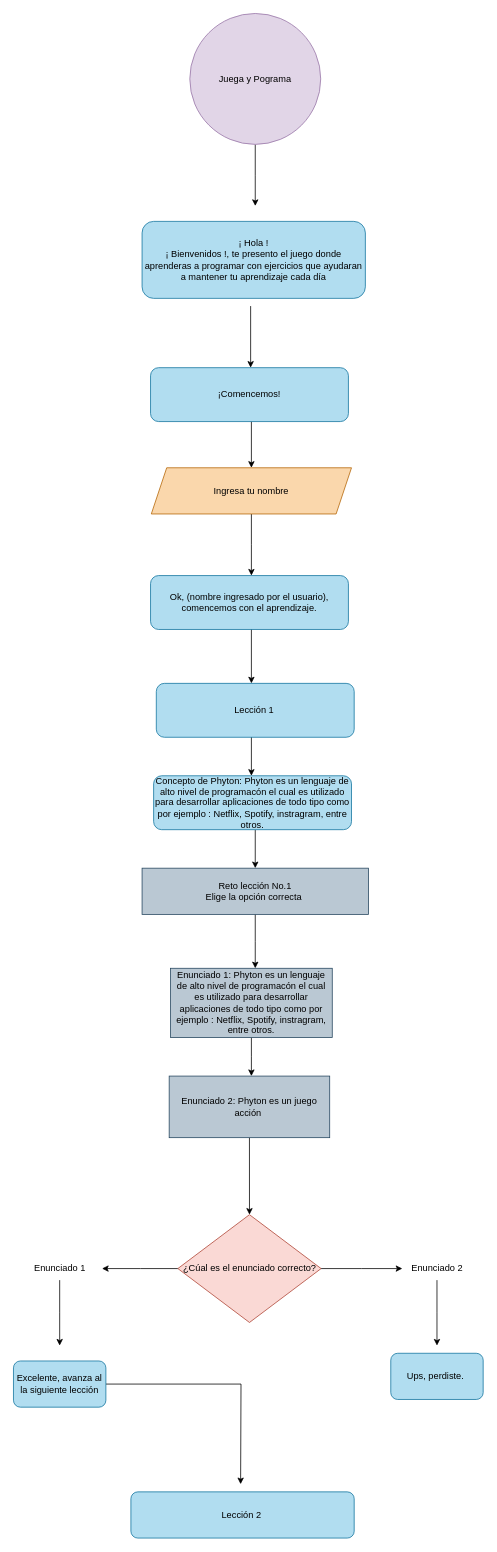
Earlier version of the draw.io diagram Juego.drawio (Daniela90-prog/Daniela.Programate). Source tidied: cells renumbered, new cells numbered last; positions are measured from the earlier drawing's top-left corner, leaving out a move shared by most shapes. Both pictures are drawn from the tidied source at 77%, with x=0, y=0 at pixel (13, 13).
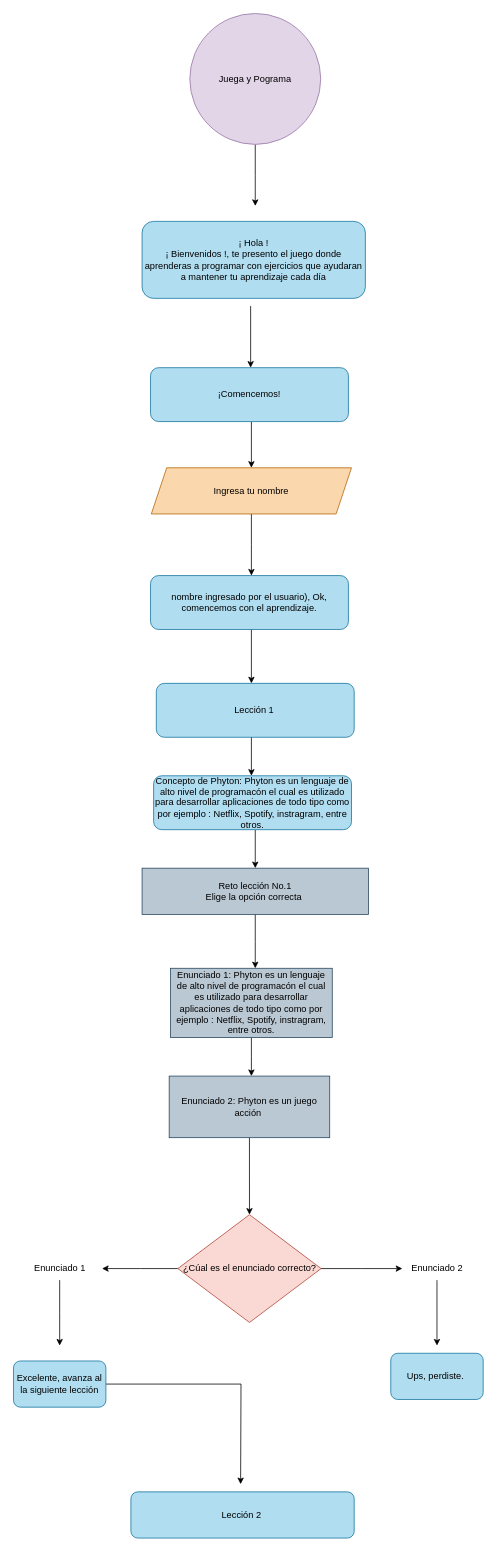
The same page after the edit.

The edit, as a diff of the source:
```diff
@@
-    <mxCell id="15" value="Ok, (nombre ingresado por el usuario), comencemos con el aprendizaje." style="rounded=1;whiteSpace=wrap;html=1;fillColor=#b1ddf0;strokeColor=#10739e;" parent="1" vertex="1">
+    <mxCell id="15" value="nombre ingresado por el usuario), Ok, comencemos con el aprendizaje." style="rounded=1;whiteSpace=wrap;html=1;fillColor=#b1ddf0;strokeColor=#10739e;" parent="1" vertex="1">
       <mxGeometry x="178" y="730" width="257" height="70" as="geometry" />
     </mxCell>
```
